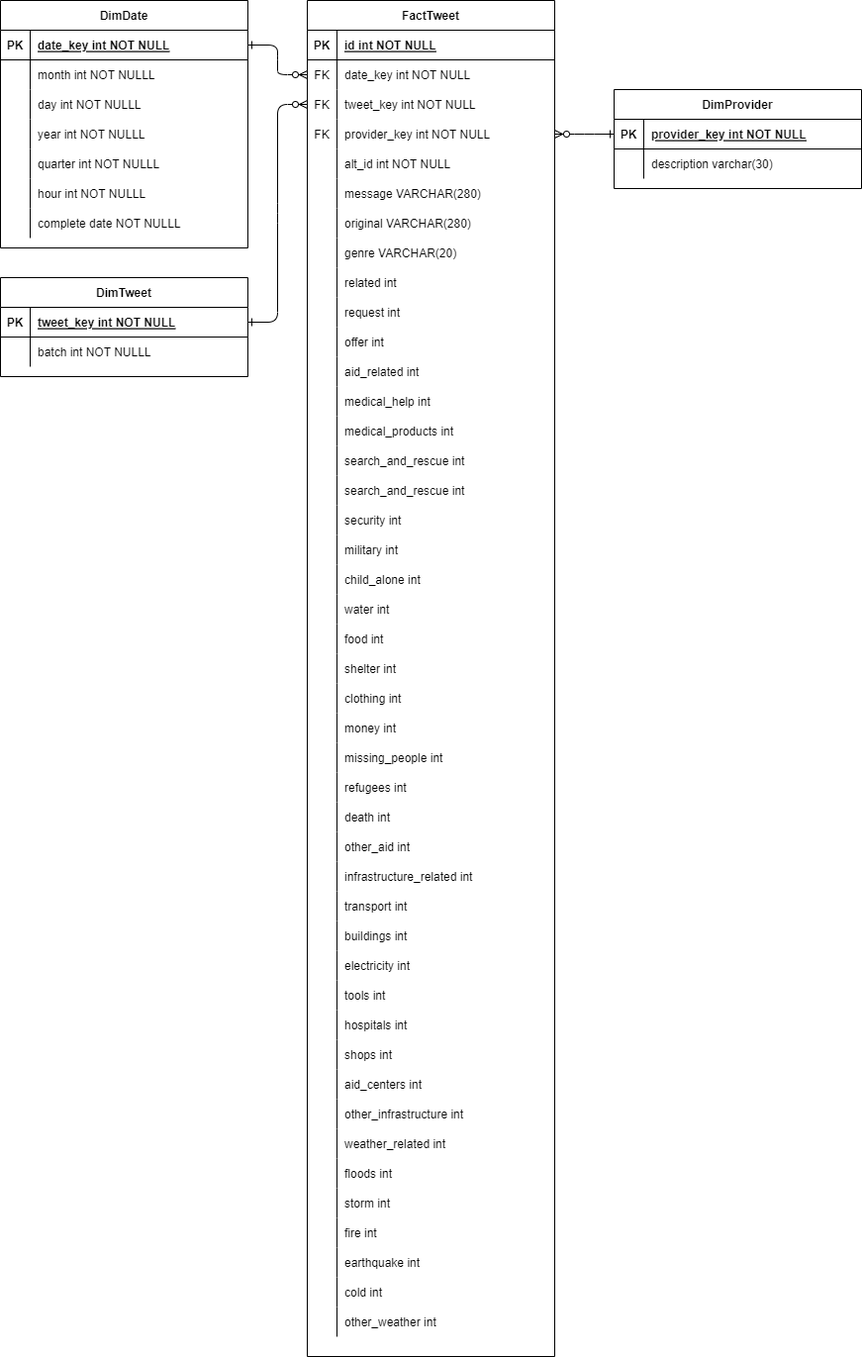
This is diagram/shema diagram.drawio.png from lui91/Azure-ETL-pipeline, a draw.io export, as it was before one commit. Source tidied: cells renumbered, new cells last; positions are measured from the earlier drawing's top-left corner, leaving out a move shared by most shapes.
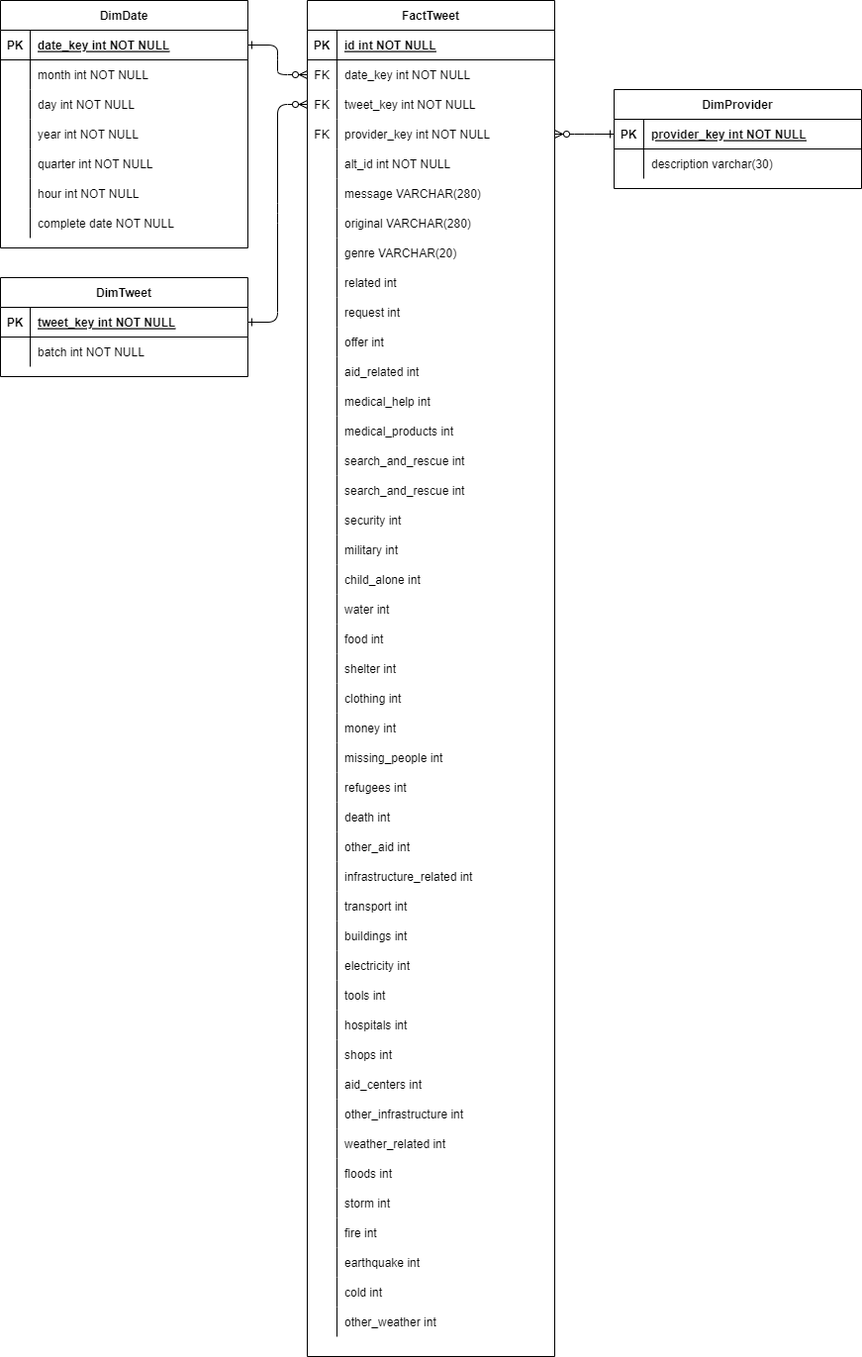
Later version of the same file.

The edit, as a diff of the source:
```diff
@@ -422,7 +422,7 @@
     <mxCell id="141" style="shape=partialRectangle;overflow=hidden;fillColor=none;top=0;left=0;bottom=0;right=0;" parent="140" vertex="1">
       <mxGeometry width="30" height="30" as="geometry" />
     </mxCell>
-    <mxCell id="142" value="month int NOT NULLL" style="shape=partialRectangle;overflow=hidden;fillColor=none;top=0;left=0;bottom=0;right=0;align=left;spacingLeft=6;" parent="140" vertex="1">
+    <mxCell id="142" value="month int NOT NULL" style="shape=partialRectangle;overflow=hidden;fillColor=none;top=0;left=0;bottom=0;right=0;align=left;spacingLeft=6;" parent="140" vertex="1">
       <mxGeometry x="30" width="220" height="30" as="geometry" />
     </mxCell>
     <mxCell id="143" style="shape=partialRectangle;fillColor=none;top=0;left=0;right=0;bottom=0;" parent="136" vertex="1">
@@ -431,7 +431,7 @@
     <mxCell id="144" style="shape=partialRectangle;overflow=hidden;fillColor=none;top=0;left=0;bottom=0;right=0;" parent="143" vertex="1">
       <mxGeometry width="30" height="30" as="geometry" />
     </mxCell>
-    <mxCell id="145" value="day int NOT NULLL" style="shape=partialRectangle;overflow=hidden;fillColor=none;top=0;left=0;bottom=0;right=0;align=left;spacingLeft=6;" parent="143" vertex="1">
+    <mxCell id="145" value="day int NOT NULL" style="shape=partialRectangle;overflow=hidden;fillColor=none;top=0;left=0;bottom=0;right=0;align=left;spacingLeft=6;" parent="143" vertex="1">
       <mxGeometry x="30" width="220" height="30" as="geometry" />
     </mxCell>
     <mxCell id="146" style="shape=partialRectangle;fillColor=none;top=0;left=0;right=0;bottom=0;" parent="136" vertex="1">
@@ -440,7 +440,7 @@
     <mxCell id="147" style="shape=partialRectangle;overflow=hidden;fillColor=none;top=0;left=0;bottom=0;right=0;" parent="146" vertex="1">
       <mxGeometry width="30" height="30" as="geometry" />
     </mxCell>
-    <mxCell id="148" value="year int NOT NULLL" style="shape=partialRectangle;overflow=hidden;fillColor=none;top=0;left=0;bottom=0;right=0;align=left;spacingLeft=6;" parent="146" vertex="1">
+    <mxCell id="148" value="year int NOT NULL" style="shape=partialRectangle;overflow=hidden;fillColor=none;top=0;left=0;bottom=0;right=0;align=left;spacingLeft=6;" parent="146" vertex="1">
       <mxGeometry x="30" width="220" height="30" as="geometry" />
     </mxCell>
     <mxCell id="149" style="shape=partialRectangle;fillColor=none;top=0;left=0;right=0;bottom=0;" parent="136" vertex="1">
@@ -449,7 +449,7 @@
     <mxCell id="150" style="shape=partialRectangle;overflow=hidden;fillColor=none;top=0;left=0;bottom=0;right=0;" parent="149" vertex="1">
       <mxGeometry width="30" height="30" as="geometry" />
     </mxCell>
-    <mxCell id="151" value="quarter int NOT NULLL" style="shape=partialRectangle;overflow=hidden;fillColor=none;top=0;left=0;bottom=0;right=0;align=left;spacingLeft=6;" parent="149" vertex="1">
+    <mxCell id="151" value="quarter int NOT NULL" style="shape=partialRectangle;overflow=hidden;fillColor=none;top=0;left=0;bottom=0;right=0;align=left;spacingLeft=6;" parent="149" vertex="1">
       <mxGeometry x="30" width="220" height="30" as="geometry" />
     </mxCell>
     <mxCell id="152" style="shape=partialRectangle;fillColor=none;top=0;left=0;right=0;bottom=0;" parent="136" vertex="1">
@@ -458,7 +458,7 @@
     <mxCell id="153" style="shape=partialRectangle;overflow=hidden;fillColor=none;top=0;left=0;bottom=0;right=0;" parent="152" vertex="1">
       <mxGeometry width="30" height="30" as="geometry" />
     </mxCell>
-    <mxCell id="154" value="hour int NOT NULLL" style="shape=partialRectangle;overflow=hidden;fillColor=none;top=0;left=0;bottom=0;right=0;align=left;spacingLeft=6;" parent="152" vertex="1">
+    <mxCell id="154" value="hour int NOT NULL" style="shape=partialRectangle;overflow=hidden;fillColor=none;top=0;left=0;bottom=0;right=0;align=left;spacingLeft=6;" parent="152" vertex="1">
       <mxGeometry x="30" width="220" height="30" as="geometry" />
     </mxCell>
     <mxCell id="155" style="shape=partialRectangle;fillColor=none;top=0;left=0;right=0;bottom=0;" parent="136" vertex="1">
@@ -467,7 +467,7 @@
     <mxCell id="156" style="shape=partialRectangle;overflow=hidden;fillColor=none;top=0;left=0;bottom=0;right=0;" parent="155" vertex="1">
       <mxGeometry width="30" height="30" as="geometry" />
     </mxCell>
-    <mxCell id="157" value="complete date NOT NULLL" style="shape=partialRectangle;overflow=hidden;fillColor=none;top=0;left=0;bottom=0;right=0;align=left;spacingLeft=6;" parent="155" vertex="1">
+    <mxCell id="157" value="complete date NOT NULL" style="shape=partialRectangle;overflow=hidden;fillColor=none;top=0;left=0;bottom=0;right=0;align=left;spacingLeft=6;" parent="155" vertex="1">
       <mxGeometry x="30" width="220" height="30" as="geometry" />
     </mxCell>
     <mxCell id="158" value="DimTweet" style="shape=table;startSize=30;rowLines=0;fontStyle=1;align=center;" parent="1" vertex="1">
@@ -488,7 +488,7 @@
     <mxCell id="163" style="shape=partialRectangle;overflow=hidden;fillColor=none;top=0;left=0;bottom=0;right=0;" parent="162" vertex="1">
       <mxGeometry width="30" height="30" as="geometry" />
     </mxCell>
-    <mxCell id="164" value="batch int NOT NULLL" style="shape=partialRectangle;overflow=hidden;fillColor=none;top=0;left=0;bottom=0;right=0;align=left;spacingLeft=6;" parent="162" vertex="1">
+    <mxCell id="164" value="batch int NOT NULL" style="shape=partialRectangle;overflow=hidden;fillColor=none;top=0;left=0;bottom=0;right=0;align=left;spacingLeft=6;" parent="162" vertex="1">
       <mxGeometry x="30" width="220" height="30" as="geometry" />
     </mxCell>
     <mxCell id="165" value="DimProvider" style="shape=table;startSize=30;rowLines=0;fontStyle=1;align=center;" parent="1" vertex="1">
```
